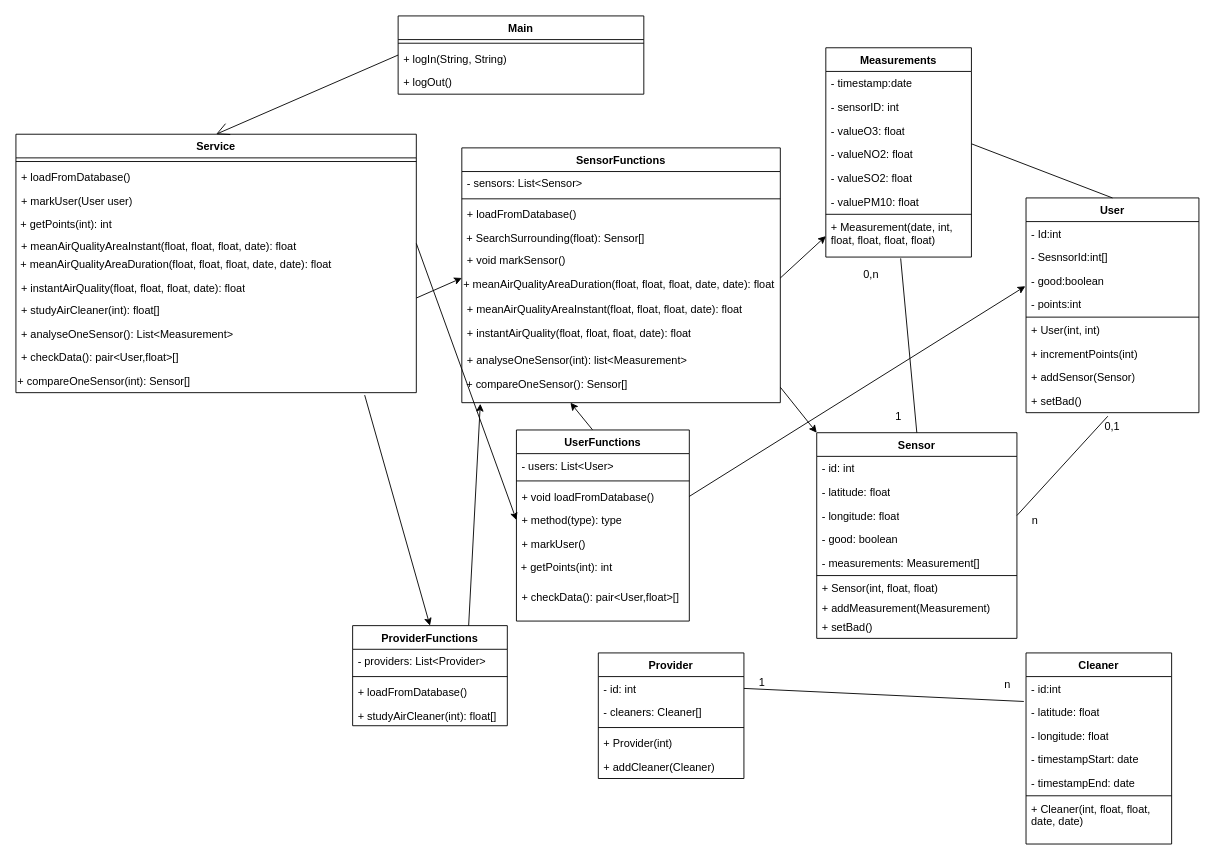
The draw.io diagram Class Diagram.drawio in jimmywengzj/GL-TP, before the edit. Source tidied: cells renumbered, new cells numbered last; positions are measured from the earlier drawing's top-left corner, leaving out a move shared by most shapes. Both pictures are drawn from the tidied source at 91%, with x=0, y=0 at pixel (15, 15).
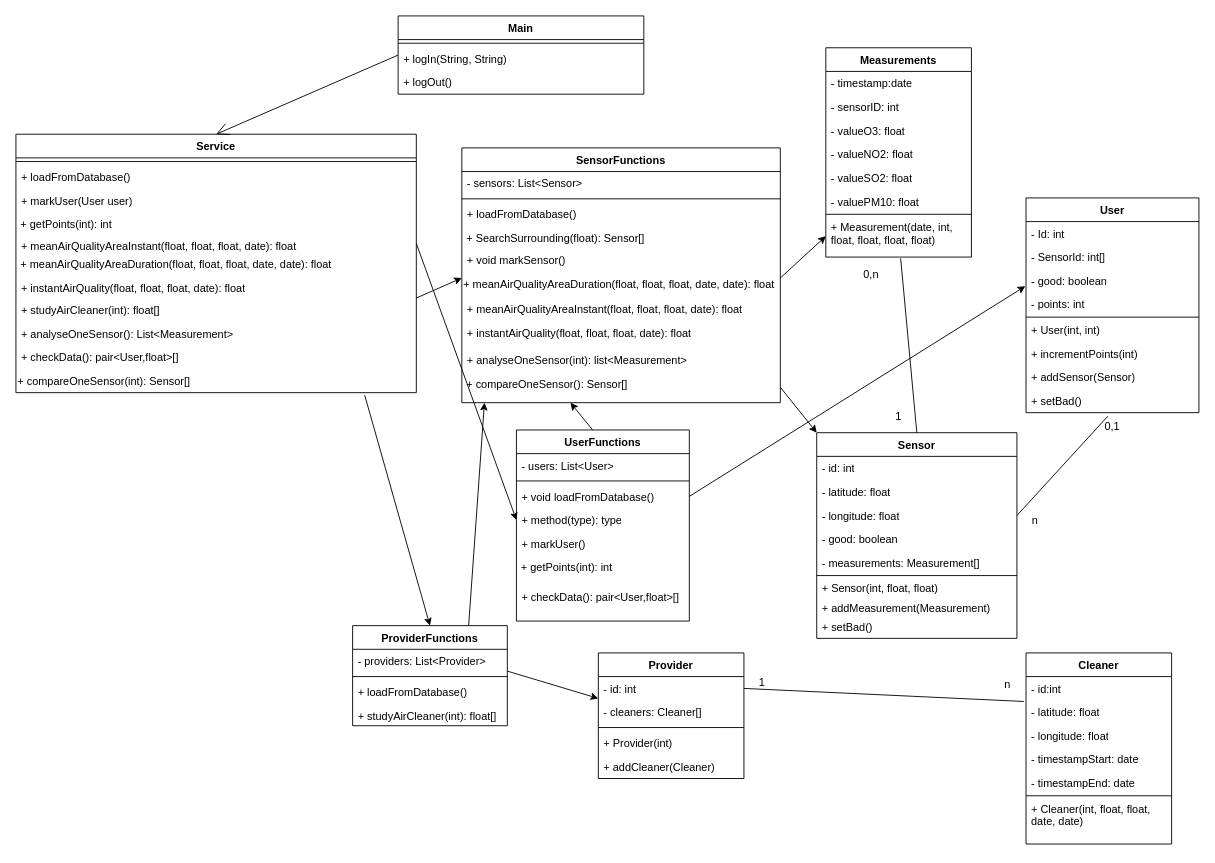
After the change.

The change refers to these unchanged cells:
```xml
<mxCell id="22" value="&lt;div&gt;- valueNO2: float&lt;/div&gt;" style="text;strokeColor=none;fillColor=none;align=left;verticalAlign=top;spacingLeft=4;spacingRight=4;overflow=hidden;points=[[0,0.5],[1,0.5]];portConstraint=eastwest;whiteSpace=wrap;html=1;" parent="18" vertex="1">
  <mxGeometry y="104" width="160" height="26" as="geometry" />
</mxCell>
<mxCell id="37" value="User" style="swimlane;fontStyle=1;align=center;verticalAlign=top;horizontal=1;startSize=26;whiteSpace=wrap;html=1;" parent="1" vertex="1">
  <mxGeometry x="1110" y="200" width="190" height="236" as="geometry" />
</mxCell>
<mxCell id="56" value="ProviderFunctions" style="swimlane;fontStyle=1;align=center;verticalAlign=top;horizontal=1;startSize=26;whiteSpace=wrap;html=1;" parent="1" vertex="1">
  <mxGeometry x="370" y="670" width="170" height="110" as="geometry" />
</mxCell>
<mxCell id="57" value="- providers: List&amp;lt;Provider&amp;gt;" style="text;strokeColor=none;fillColor=none;align=left;verticalAlign=top;spacingLeft=4;spacingRight=4;overflow=hidden;points=[[0,0.5],[1,0.5]];portConstraint=eastwest;whiteSpace=wrap;html=1;" parent="56" vertex="1">
  <mxGeometry y="26" width="170" height="26" as="geometry" />
</mxCell>
<mxCell id="71" value="&amp;nbsp;+ compareOneSensor(): Sensor[]" style="text;whiteSpace=wrap;html=1;" parent="61" vertex="1">
  <mxGeometry y="246" width="350" height="34" as="geometry" />
</mxCell>
<mxCell id="99" value="- id: int" style="text;strokeColor=none;fillColor=none;align=left;verticalAlign=top;spacingLeft=4;spacingRight=4;overflow=hidden;points=[[0,0.5],[1,0.5]];portConstraint=eastwest;whiteSpace=wrap;html=1;" parent="98" vertex="1">
  <mxGeometry y="26" width="160" height="26" as="geometry" />
</mxCell>
```

Diff of the diagram source:
```diff
@@
-    <mxCell id="38" value="&lt;div&gt;- Id:int&lt;/div&gt;" style="text;strokeColor=none;fillColor=none;align=left;verticalAlign=top;spacingLeft=4;spacingRight=4;overflow=hidden;whiteSpace=wrap;html=1;" parent="37" vertex="1">
+    <mxCell id="38" value="&lt;div&gt;- Id: int&lt;/div&gt;" style="text;strokeColor=none;fillColor=none;align=left;verticalAlign=top;spacingLeft=4;spacingRight=4;overflow=hidden;whiteSpace=wrap;html=1;" parent="37" vertex="1">
       <mxGeometry y="26" width="190" height="26" as="geometry" />
     </mxCell>
-    <mxCell id="39" value="- SesnsorId:int[]" style="text;strokeColor=none;fillColor=none;align=left;verticalAlign=top;spacingLeft=4;spacingRight=4;overflow=hidden;whiteSpace=wrap;html=1;" parent="37" vertex="1">
+    <mxCell id="39" value="- SensorId: int[]" style="text;strokeColor=none;fillColor=none;align=left;verticalAlign=top;spacingLeft=4;spacingRight=4;overflow=hidden;whiteSpace=wrap;html=1;" parent="37" vertex="1">
       <mxGeometry y="52" width="190" height="26" as="geometry" />
     </mxCell>
-    <mxCell id="40" value="- good:boolean" style="text;strokeColor=none;fillColor=none;align=left;verticalAlign=top;spacingLeft=4;spacingRight=4;overflow=hidden;whiteSpace=wrap;html=1;" parent="37" vertex="1">
+    <mxCell id="40" value="- good: boolean" style="text;strokeColor=none;fillColor=none;align=left;verticalAlign=top;spacingLeft=4;spacingRight=4;overflow=hidden;whiteSpace=wrap;html=1;" parent="37" vertex="1">
       <mxGeometry y="78" width="190" height="26" as="geometry" />
     </mxCell>
-    <mxCell id="41" value="- points:int" style="text;strokeColor=none;fillColor=none;align=left;verticalAlign=top;spacingLeft=4;spacingRight=4;overflow=hidden;points=[[0,0.5],[1,0.5]];portConstraint=eastwest;whiteSpace=wrap;html=1;" parent="37" vertex="1">
+    <mxCell id="41" value="- points: int" style="text;strokeColor=none;fillColor=none;align=left;verticalAlign=top;spacingLeft=4;spacingRight=4;overflow=hidden;points=[[0,0.5],[1,0.5]];portConstraint=eastwest;whiteSpace=wrap;html=1;" parent="37" vertex="1">
       <mxGeometry y="104" width="190" height="26" as="geometry" />
     </mxCell>
@@
-    <mxCell id="81" style="endArrow=none;html=1;rounded=0;entryX=0.5;entryY=0;entryDx=0;entryDy=0;exitX=1.002;exitY=0.063;exitDx=0;exitDy=0;exitPerimeter=0;" parent="1" edge="1" source="22" target="37">
-      <mxGeometry relative="1" as="geometry" />
-    </mxCell>
@@
-    <mxCell id="97" style="endArrow=classic;html=1;rounded=0;exitX=0.75;exitY=0;exitDx=0;exitDy=0;entryX=0.058;entryY=1.036;entryDx=0;entryDy=0;entryPerimeter=0;" parent="1" edge="1" source="56" target="71">
+    <mxCell id="97" style="endArrow=classic;html=1;rounded=0;exitX=0.75;exitY=0;exitDx=0;exitDy=0;entryX=0.071;entryY=1;entryDx=0;entryDy=0;entryPerimeter=0;" parent="1" edge="1" source="56" target="71">
       <mxGeometry relative="1" as="geometry" />
     </mxCell>
@@
+    <mxCell id="104" style="endArrow=classic;html=1;rounded=0;exitX=1;exitY=0.923;exitDx=0;exitDy=0;exitPerimeter=0;entryX=0;entryY=0.923;entryDx=0;entryDy=0;entryPerimeter=0;" parent="1" edge="1" source="57" target="99">
+      <mxGeometry relative="1" as="geometry" />
+    </mxCell>
```
